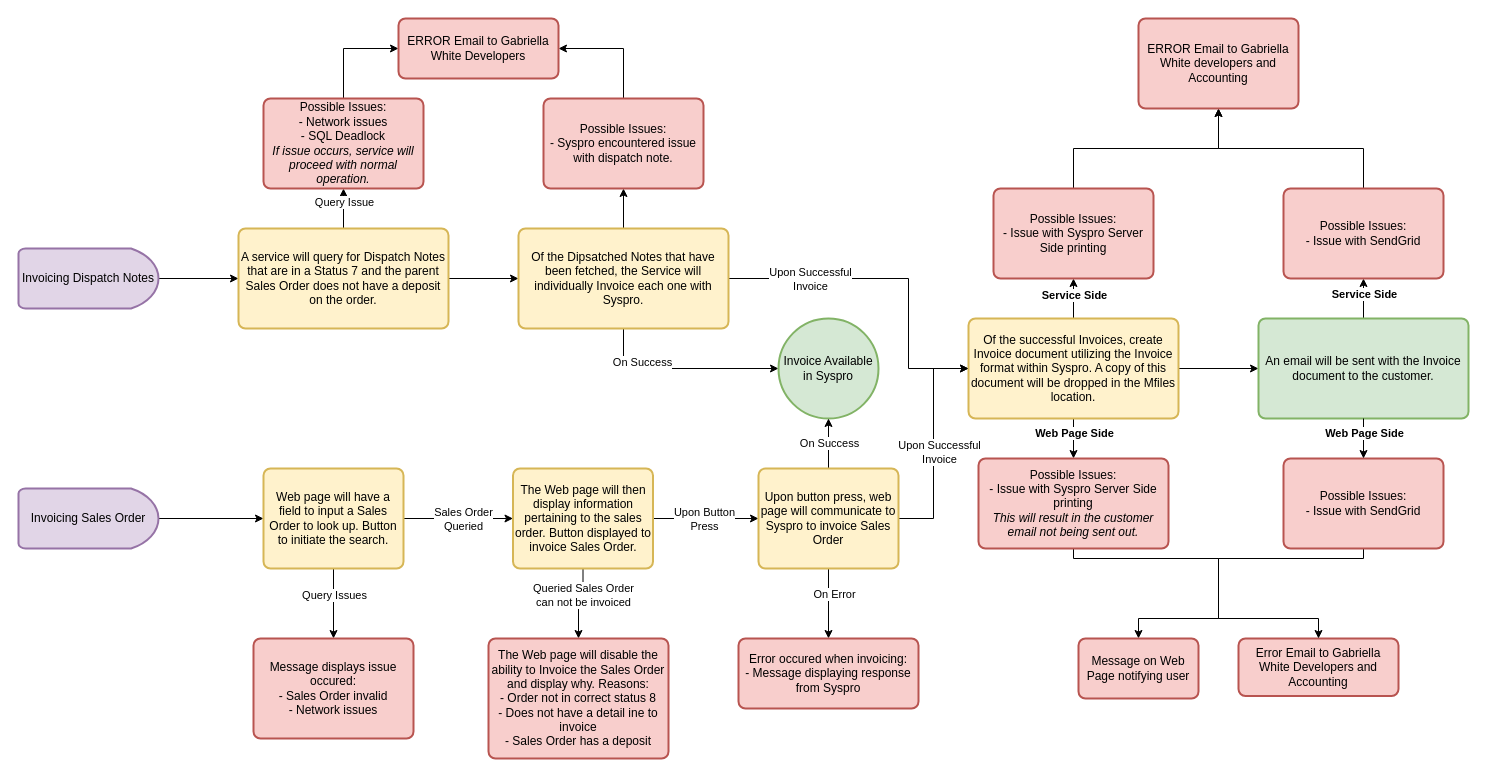
Above: page "System Overview" (2 of 2) of Tickets/Normal Tickets/Ticket 34984 - Invoice Automation/Application Diagrams/ApplicationDiagram.drawio in DevJustinP/WIP (draw.io), before the change. Source tidied: cells renumbered, new cells numbered last; positions are measured from the earlier drawing's top-left corner, leaving out a move shared by most shapes. Both pictures are drawn from the tidied source at 100%, with x=0, y=0 at pixel (18, 18).
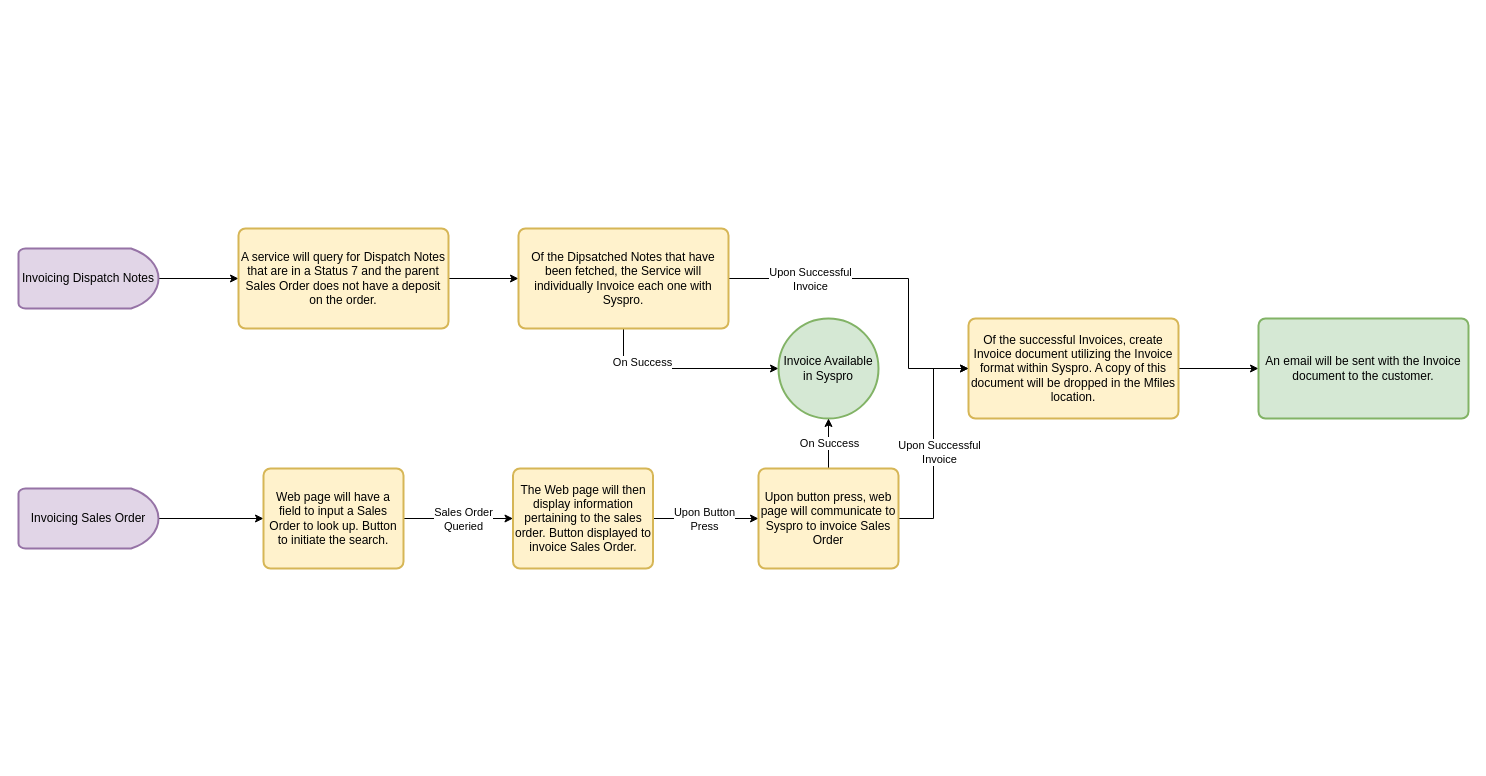
The same page after the edit.

Unchanged cells that the change refers to:
```xml
<mxCell id="7" value="A service will query for Dispatch Notes that are in a Status 7 and the parent Sales Order does not have a deposit on the order." style="rounded=1;whiteSpace=wrap;html=1;absoluteArcSize=1;arcSize=14;strokeWidth=2;fillColor=#fff2cc;strokeColor=#d6b656;" parent="1" vertex="1">
  <mxGeometry x="220" y="210" width="210" height="100" as="geometry" />
</mxCell>
<mxCell id="13" value="Of the Dipsatched Notes that have been fetched, the Service will individually Invoice each one with Syspro." style="rounded=1;whiteSpace=wrap;html=1;absoluteArcSize=1;arcSize=14;strokeWidth=2;fillColor=#fff2cc;strokeColor=#d6b656;" parent="1" vertex="1">
  <mxGeometry x="500" y="210" width="210" height="100" as="geometry" />
</mxCell>
<mxCell id="20" value="Of the successful Invoices, create Invoice document utilizing the Invoice format within Syspro. A copy of this document will be dropped in the Mfiles location." style="rounded=1;whiteSpace=wrap;html=1;absoluteArcSize=1;arcSize=14;strokeWidth=2;fillColor=#fff2cc;strokeColor=#d6b656;" parent="1" vertex="1">
  <mxGeometry x="950" y="300" width="210" height="100" as="geometry" />
</mxCell>
<mxCell id="27" value="Web page will have a field to input a Sales Order to look up. Button to initiate the search." style="rounded=1;whiteSpace=wrap;html=1;absoluteArcSize=1;arcSize=14;strokeWidth=2;fillColor=#fff2cc;strokeColor=#d6b656;" parent="1" vertex="1">
  <mxGeometry x="245" y="450" width="140" height="100" as="geometry" />
</mxCell>
<mxCell id="32" value="The Web page will then display information pertaining to the sales order. Button displayed to invoice Sales Order." style="rounded=1;whiteSpace=wrap;html=1;absoluteArcSize=1;arcSize=14;strokeWidth=2;fillColor=#fff2cc;strokeColor=#d6b656;" parent="1" vertex="1">
  <mxGeometry x="494.5" y="450" width="140" height="100" as="geometry" />
</mxCell>
<mxCell id="40" value="Upon button press, web page will communicate to Syspro to invoice Sales Order" style="rounded=1;whiteSpace=wrap;html=1;absoluteArcSize=1;arcSize=14;strokeWidth=2;fillColor=#fff2cc;strokeColor=#d6b656;" parent="1" vertex="1">
  <mxGeometry x="740" y="450" width="140" height="100" as="geometry" />
</mxCell>
<mxCell id="45" value="An email will be sent with the Invoice document to the customer." style="rounded=1;whiteSpace=wrap;html=1;absoluteArcSize=1;arcSize=14;strokeWidth=2;fillColor=#d5e8d4;strokeColor=#82b366;" parent="1" vertex="1">
  <mxGeometry x="1240" y="300" width="210" height="100" as="geometry" />
</mxCell>
```

Change to the diagram source:
```diff
@@
-    <mxCell id="5" style="edgeStyle=orthogonalEdgeStyle;rounded=0;jettySize=auto;html=1;" parent="1" edge="1" source="7" target="47">
-      <mxGeometry relative="1" as="geometry" />
-    </mxCell>
-    <mxCell id="6" value="Query Issue" style="edgeLabel;html=1;align=center;verticalAlign=middle;" parent="5" vertex="1">
-      <mxGeometry x="-0.66" relative="1" as="geometry">
-        <mxPoint y="-20" as="offset" />
-      </mxGeometry>
-    </mxCell>
@@
-    <mxCell id="12" style="edgeStyle=orthogonalEdgeStyle;rounded=0;jettySize=auto;html=1;entryX=0.5;entryY=1;entryDx=0;entryDy=0;" parent="1" edge="1" source="13" target="49">
-      <mxGeometry relative="1" as="geometry" />
-    </mxCell>
@@
-    <mxCell id="16" style="edgeStyle=orthogonalEdgeStyle;rounded=0;jettySize=auto;html=1;entryX=0.5;entryY=1;entryDx=0;entryDy=0;" parent="1" edge="1" source="20" target="52">
-      <mxGeometry relative="1" as="geometry" />
-    </mxCell>
-    <mxCell id="17" value="&lt;b&gt;Service Side&lt;/b&gt;" style="edgeLabel;html=1;align=center;verticalAlign=middle;" parent="16" vertex="1">
-      <mxGeometry x="-0.21" y="-2" relative="1" as="geometry">
-        <mxPoint x="-2" y="-8" as="offset" />
-      </mxGeometry>
-    </mxCell>
-    <mxCell id="18" style="edgeStyle=orthogonalEdgeStyle;rounded=0;jettySize=auto;html=1;entryX=0.5;entryY=0;entryDx=0;entryDy=0;" parent="1" edge="1" source="20" target="56">
-      <mxGeometry relative="1" as="geometry" />
-    </mxCell>
-    <mxCell id="19" value="&lt;b&gt;Web Page Side&lt;/b&gt;" style="edgeLabel;html=1;align=center;verticalAlign=middle;" parent="18" vertex="1">
-      <mxGeometry x="-0.29" relative="1" as="geometry" />
-    </mxCell>
@@
-    <mxCell id="25" style="edgeStyle=orthogonalEdgeStyle;rounded=0;jettySize=auto;html=1;entryX=0.5;entryY=0;entryDx=0;entryDy=0;" parent="1" edge="1" source="27" target="41">
-      <mxGeometry relative="1" as="geometry" />
-    </mxCell>
-    <mxCell id="26" value="Query Issues" style="edgeLabel;html=1;align=center;verticalAlign=middle;" parent="25" vertex="1">
-      <mxGeometry x="-0.27" relative="1" as="geometry" />
-    </mxCell>
@@
-    <mxCell id="28" style="edgeStyle=orthogonalEdgeStyle;rounded=0;jettySize=auto;html=1;entryX=0.5;entryY=0;entryDx=0;entryDy=0;" parent="1" edge="1" source="32" target="33">
-      <mxGeometry relative="1" as="geometry" />
-    </mxCell>
-    <mxCell id="29" value="Queried Sales Order &lt;br&gt;can not be invoiced" style="edgeLabel;html=1;align=center;verticalAlign=middle;" parent="28" vertex="1">
-      <mxGeometry x="-0.29" y="-4" relative="1" as="geometry">
-        <mxPoint x="4" as="offset" />
-      </mxGeometry>
-    </mxCell>
@@
-    <mxCell id="33" value="The Web page will disable the ability to Invoice the Sales Order and display why. Reasons:&lt;br&gt;- Order not in correct status 8&lt;br&gt;- Does not have a detail ine to invoice&lt;br&gt;- Sales Order has a deposit" style="rounded=1;whiteSpace=wrap;html=1;absoluteArcSize=1;arcSize=14;strokeWidth=2;fillColor=#f8cecc;strokeColor=#b85450;" parent="1" vertex="1">
-      <mxGeometry x="470" y="620" width="180" height="120" as="geometry" />
-    </mxCell>
@@
-    <mxCell id="38" style="edgeStyle=orthogonalEdgeStyle;rounded=0;jettySize=auto;html=1;entryX=0.5;entryY=0;entryDx=0;entryDy=0;" parent="1" edge="1" source="40" target="42">
-      <mxGeometry relative="1" as="geometry" />
-    </mxCell>
-    <mxCell id="39" value="On Error" style="edgeLabel;html=1;align=center;verticalAlign=middle;" parent="38" vertex="1">
-      <mxGeometry x="-0.3" y="5" relative="1" as="geometry" />
-    </mxCell>
@@
-    <mxCell id="41" value="Message displays issue occured:&lt;br&gt;- Sales Order invalid&lt;br&gt;- Network issues" style="rounded=1;whiteSpace=wrap;html=1;absoluteArcSize=1;arcSize=14;strokeWidth=2;fillColor=#f8cecc;strokeColor=#b85450;" parent="1" vertex="1">
-      <mxGeometry x="235" y="620" width="160" height="100" as="geometry" />
-    </mxCell>
-    <mxCell id="42" value="Error occured when invoicing:&lt;br&gt;- Message displaying response from Syspro" style="rounded=1;whiteSpace=wrap;html=1;absoluteArcSize=1;arcSize=14;strokeWidth=2;fillColor=#f8cecc;strokeColor=#b85450;" parent="1" vertex="1">
-      <mxGeometry x="720" y="620" width="180" height="70" as="geometry" />
-    </mxCell>
-    <mxCell id="43" style="edgeStyle=orthogonalEdgeStyle;rounded=0;jettySize=auto;html=1;entryX=0.5;entryY=1;entryDx=0;entryDy=0;" parent="1" edge="1" source="45" target="54">
-      <mxGeometry relative="1" as="geometry" />
-    </mxCell>
-    <mxCell id="44" value="&lt;b&gt;Service Side&lt;/b&gt;" style="edgeLabel;html=1;align=center;verticalAlign=middle;" parent="43" vertex="1">
-      <mxGeometry x="-0.28" y="-3" relative="1" as="geometry">
-        <mxPoint x="-3" y="-11" as="offset" />
-      </mxGeometry>
-    </mxCell>
@@
-    <mxCell id="46" style="edgeStyle=orthogonalEdgeStyle;rounded=0;jettySize=auto;html=1;entryX=0;entryY=0.5;entryDx=0;entryDy=0;" parent="1" edge="1" source="47" target="50">
-      <mxGeometry relative="1" as="geometry">
-        <Array as="points">
-          <mxPoint x="325" y="30" />
-        </Array>
-      </mxGeometry>
-    </mxCell>
-    <mxCell id="47" value="Possible Issues:&lt;br&gt;- Network issues&lt;br&gt;- SQL Deadlock&lt;br&gt;&lt;i&gt;If issue occurs, service will proceed with normal operation.&lt;/i&gt;" style="rounded=1;whiteSpace=wrap;html=1;absoluteArcSize=1;arcSize=14;strokeWidth=2;fillColor=#f8cecc;strokeColor=#b85450;" parent="1" vertex="1">
-      <mxGeometry x="245" y="80" width="160" height="90" as="geometry" />
-    </mxCell>
-    <mxCell id="48" style="edgeStyle=orthogonalEdgeStyle;rounded=0;jettySize=auto;html=1;entryX=1;entryY=0.5;entryDx=0;entryDy=0;" parent="1" edge="1" source="49" target="50">
-      <mxGeometry relative="1" as="geometry">
-        <Array as="points">
-          <mxPoint x="605" y="30" />
-        </Array>
-      </mxGeometry>
-    </mxCell>
-    <mxCell id="49" value="Possible Issues:&lt;br&gt;- Syspro encountered issue with dispatch note." style="rounded=1;whiteSpace=wrap;html=1;absoluteArcSize=1;arcSize=14;strokeWidth=2;fillColor=#f8cecc;strokeColor=#b85450;" parent="1" vertex="1">
-      <mxGeometry x="525" y="80" width="160" height="90" as="geometry" />
-    </mxCell>
-    <mxCell id="50" value="ERROR Email to Gabriella White Developers" style="rounded=1;whiteSpace=wrap;html=1;absoluteArcSize=1;arcSize=14;strokeWidth=2;fillColor=#f8cecc;strokeColor=#b85450;" parent="1" vertex="1">
-      <mxGeometry x="380" width="160" height="60" as="geometry" />
-    </mxCell>
-    <mxCell id="51" style="edgeStyle=orthogonalEdgeStyle;rounded=0;jettySize=auto;html=1;entryX=0.5;entryY=1;entryDx=0;entryDy=0;" parent="1" edge="1" source="52" target="59">
-      <mxGeometry relative="1" as="geometry" />
-    </mxCell>
-    <mxCell id="52" value="Possible Issues:&lt;br&gt;- Issue with Syspro Server Side printing" style="rounded=1;whiteSpace=wrap;html=1;absoluteArcSize=1;arcSize=14;strokeWidth=2;fillColor=#f8cecc;strokeColor=#b85450;" parent="1" vertex="1">
-      <mxGeometry x="975" y="170" width="160" height="90" as="geometry" />
-    </mxCell>
-    <mxCell id="53" style="edgeStyle=orthogonalEdgeStyle;rounded=0;jettySize=auto;html=1;entryX=0.5;entryY=1;entryDx=0;entryDy=0;" parent="1" edge="1" source="54" target="59">
-      <mxGeometry relative="1" as="geometry" />
-    </mxCell>
-    <mxCell id="54" value="Possible Issues:&lt;br&gt;- Issue with SendGrid" style="rounded=1;whiteSpace=wrap;html=1;absoluteArcSize=1;arcSize=14;strokeWidth=2;fillColor=#f8cecc;strokeColor=#b85450;" parent="1" vertex="1">
-      <mxGeometry x="1265" y="170" width="160" height="90" as="geometry" />
-    </mxCell>
-    <mxCell id="55" style="edgeStyle=orthogonalEdgeStyle;rounded=0;jettySize=auto;html=1;entryX=0.5;entryY=0;entryDx=0;entryDy=0;" parent="1" edge="1" source="56" target="57">
-      <mxGeometry relative="1" as="geometry">
-        <Array as="points">
-          <mxPoint x="1055" y="540" />
-          <mxPoint x="1200" y="540" />
-          <mxPoint x="1200" y="600" />
-          <mxPoint x="1120" y="600" />
-        </Array>
-      </mxGeometry>
-    </mxCell>
-    <mxCell id="56" value="Possible Issues:&lt;br&gt;- Issue with Syspro Server Side printing&lt;br&gt;&lt;i&gt;This will result in the customer email not being sent out.&lt;/i&gt;" style="rounded=1;whiteSpace=wrap;html=1;absoluteArcSize=1;arcSize=14;strokeWidth=2;fillColor=#f8cecc;strokeColor=#b85450;" parent="1" vertex="1">
-      <mxGeometry x="960" y="440" width="190" height="90" as="geometry" />
-    </mxCell>
-    <mxCell id="57" value="Message on Web Page notifying user" style="rounded=1;whiteSpace=wrap;html=1;absoluteArcSize=1;arcSize=14;strokeWidth=2;fillColor=#f8cecc;strokeColor=#b85450;" parent="1" vertex="1">
-      <mxGeometry x="1060" y="620" width="120" height="60" as="geometry" />
-    </mxCell>
-    <mxCell id="58" value="Error Email to Gabriella White Developers and Accounting" style="rounded=1;whiteSpace=wrap;html=1;absoluteArcSize=1;arcSize=14;strokeWidth=2;fillColor=#f8cecc;strokeColor=#b85450;" parent="1" vertex="1">
-      <mxGeometry x="1220" y="620" width="160" height="57.5" as="geometry" />
-    </mxCell>
-    <mxCell id="59" value="ERROR Email to Gabriella White developers and Accounting" style="rounded=1;whiteSpace=wrap;html=1;absoluteArcSize=1;arcSize=14;strokeWidth=2;fillColor=#f8cecc;strokeColor=#b85450;" parent="1" vertex="1">
-      <mxGeometry x="1120" width="160" height="90" as="geometry" />
-    </mxCell>
-    <mxCell id="60" style="edgeStyle=orthogonalEdgeStyle;rounded=0;jettySize=auto;html=1;entryX=0.5;entryY=0;entryDx=0;entryDy=0;exitX=0.5;exitY=1;exitDx=0;exitDy=0;" parent="1" edge="1" source="61" target="58">
-      <mxGeometry relative="1" as="geometry">
-        <Array as="points">
-          <mxPoint x="1345" y="540" />
-          <mxPoint x="1200" y="540" />
-          <mxPoint x="1200" y="600" />
-          <mxPoint x="1300" y="600" />
-        </Array>
-      </mxGeometry>
-    </mxCell>
-    <mxCell id="61" value="Possible Issues:&lt;br&gt;- Issue with SendGrid" style="rounded=1;whiteSpace=wrap;html=1;absoluteArcSize=1;arcSize=14;strokeWidth=2;fillColor=#f8cecc;strokeColor=#b85450;" parent="1" vertex="1">
-      <mxGeometry x="1265" y="440" width="160" height="90" as="geometry" />
-    </mxCell>
-    <mxCell id="62" style="edgeStyle=orthogonalEdgeStyle;rounded=0;jettySize=auto;html=1;entryX=0.5;entryY=0;entryDx=0;entryDy=0;exitX=0.5;exitY=1;exitDx=0;exitDy=0;" parent="1" edge="1" source="45" target="61">
-      <mxGeometry relative="1" as="geometry" />
-    </mxCell>
-    <mxCell id="63" value="&lt;b&gt;Web Page Side&lt;/b&gt;" style="edgeLabel;html=1;align=center;verticalAlign=middle;" parent="62" vertex="1">
-      <mxGeometry x="-0.29" relative="1" as="geometry" />
-    </mxCell>
```
